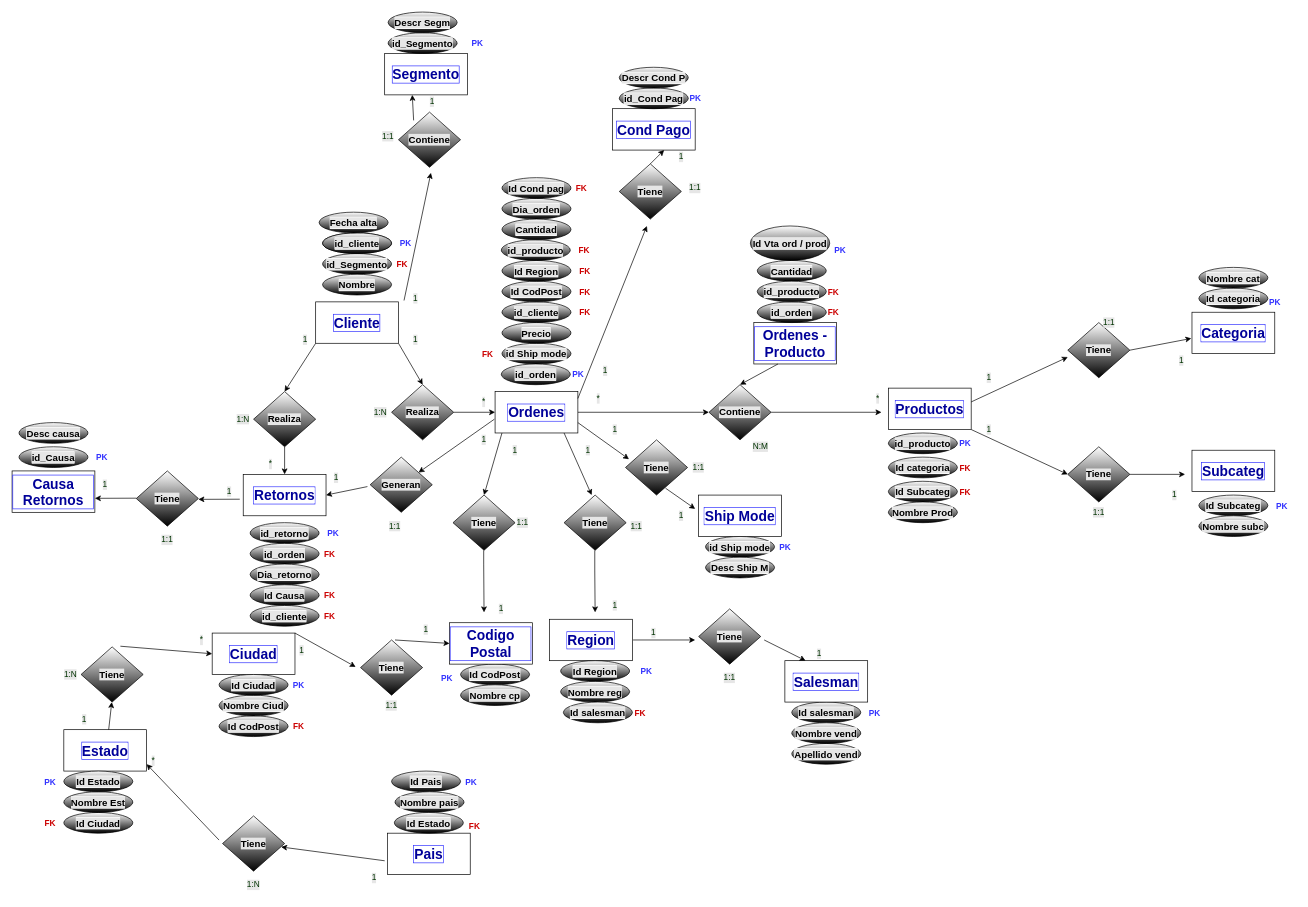
Before: DER + Diego Muro updated.drawio in DiegoGMuro/SQL-1er-Preentrega, a draw.io diagram. Source tidied: cells renumbered, new cells numbered last; positions are measured from the earlier drawing's top-left corner, leaving out a move shared by most shapes. Both pictures are drawn from the tidied source at 69%, with x=0, y=0 at pixel (12, 12).
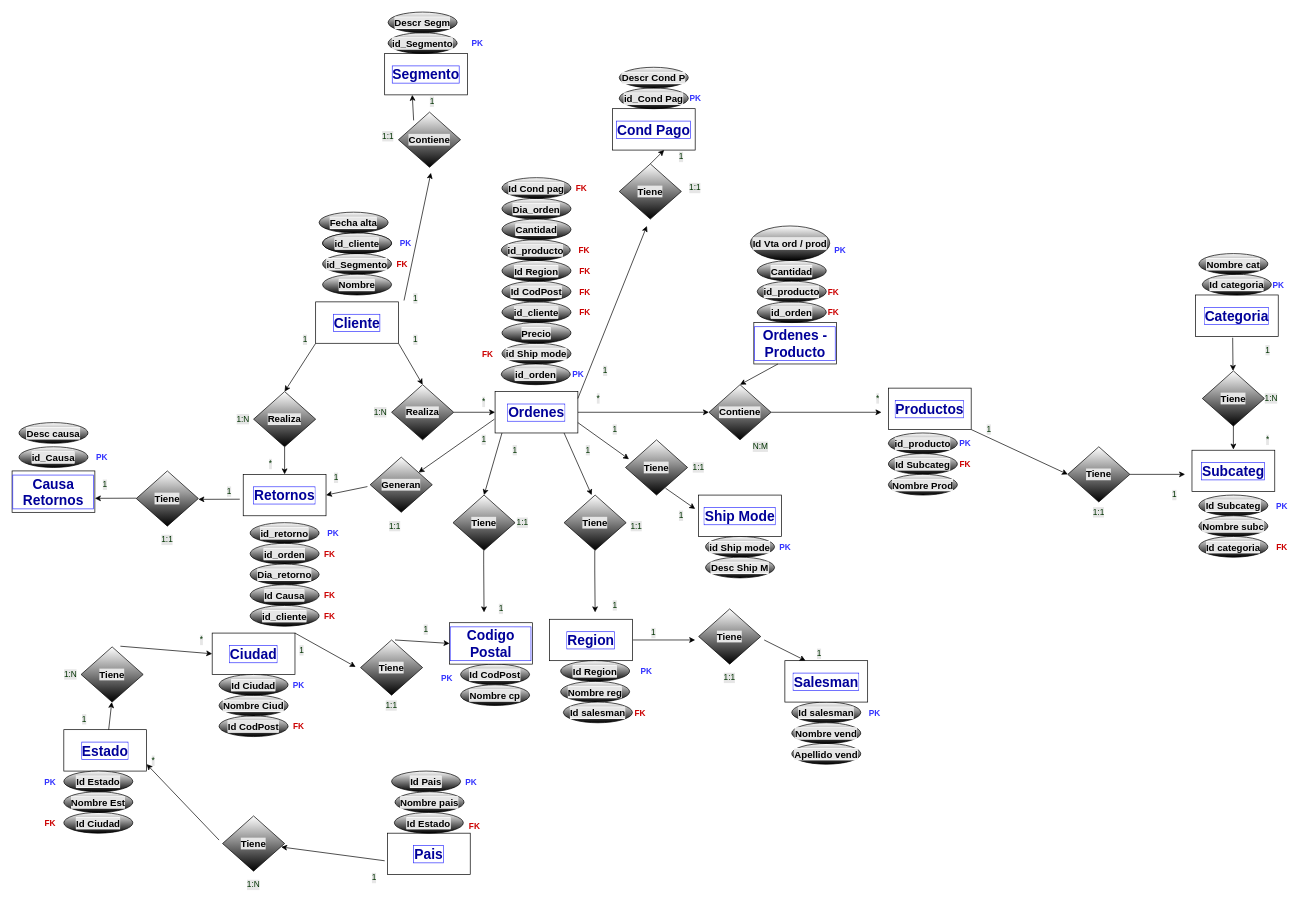
After the change.

The edit, as a diff of the source:
```diff
@@
-    <mxCell id="57" value="&lt;span style=&quot;font-size: 14px; background-color: rgb(230, 230, 230);&quot;&gt;&lt;span&gt;Id categoria&lt;/span&gt;&lt;/span&gt;" style="ellipse;whiteSpace=wrap;html=1;labelBackgroundColor=#FFFFFF;fontSize=15;fontColor=#000000;fillColor=#FFFFFF;gradientColor=default;fontStyle=1;" parent="1" vertex="1">
-      <mxGeometry x="1270" y="645" width="100" height="30" as="geometry" />
-    </mxCell>
     <mxCell id="58" value="&lt;span&gt;&lt;font style=&quot;font-size: 14px; background-color: rgb(230, 230, 230);&quot;&gt;Id Subcateg&lt;/font&gt;&lt;/span&gt;" style="ellipse;whiteSpace=wrap;html=1;labelBackgroundColor=#FFFFFF;fontSize=15;fontColor=#000000;fillColor=#FFFFFF;gradientColor=default;fontStyle=1;" parent="1" vertex="1">
-      <mxGeometry x="1270" y="680" width="100" height="30" as="geometry" />
+      <mxGeometry x="1270" y="640" width="100" height="30" as="geometry" />
     </mxCell>
     <mxCell id="59" value="&lt;b&gt;&lt;font style=&quot;font-size: 14px; background-color: rgb(230, 230, 230);&quot;&gt;Nombre Prod&lt;/font&gt;&lt;/b&gt;" style="ellipse;whiteSpace=wrap;html=1;labelBackgroundColor=#FFFFFF;fontSize=15;fontColor=#000000;fillColor=#FFFFFF;gradientColor=default;" parent="1" vertex="1">
-      <mxGeometry x="1270" y="710" width="100" height="30" as="geometry" />
+      <mxGeometry x="1270" y="670" width="100" height="30" as="geometry" />
     </mxCell>
@@
     <mxCell id="123" value="&lt;b&gt;&lt;font color=&quot;#cc0000&quot; style=&quot;font-size: 12px;&quot;&gt;FK&lt;/font&gt;&lt;/b&gt;" style="text;html=1;align=center;verticalAlign=middle;strokeColor=none;fillColor=none;fontSize=14;fontColor=#000000;" parent="1" vertex="1">
-      <mxGeometry x="1361" y="680" width="40" height="30" as="geometry" />
+      <mxGeometry x="1361" y="640" width="40" height="30" as="geometry" />
     </mxCell>
-    <mxCell id="124" value="&lt;b&gt;&lt;font color=&quot;#cc0000&quot; style=&quot;font-size: 12px;&quot;&gt;FK&lt;/font&gt;&lt;/b&gt;" style="text;html=1;align=center;verticalAlign=middle;strokeColor=none;fillColor=none;fontSize=14;fontColor=#000000;" parent="1" vertex="1">
-      <mxGeometry x="1361" y="645" width="40" height="30" as="geometry" />
-    </mxCell>
@@
     <mxCell id="137" value="&lt;font color=&quot;#000099&quot;&gt;&lt;span style=&quot;font-size: 20px; background-color: rgb(255, 255, 255);&quot;&gt;&lt;b&gt;Categoria&lt;/b&gt;&lt;/span&gt;&lt;/font&gt;" style="rounded=0;whiteSpace=wrap;html=1;labelBorderColor=#3333FF;" parent="1" vertex="1">
-      <mxGeometry x="1710" y="435" width="120" height="60" as="geometry" />
+      <mxGeometry x="1715" y="410" width="120" height="60" as="geometry" />
     </mxCell>
-    <mxCell id="138" value="&lt;b&gt;Tiene&lt;/b&gt;" style="rhombus;whiteSpace=wrap;html=1;labelBackgroundColor=#E6E6E6;fontSize=14;fontColor=#000000;fillColor=#FFFFFF;gradientColor=default;" parent="1" vertex="1">
-      <mxGeometry x="1530" y="450" width="90" height="80" as="geometry" />
-    </mxCell>
@@
-    <mxCell id="140" style="endArrow=classic;html=1;rounded=0;entryX=0;entryY=0.625;entryDx=0;entryDy=0;entryPerimeter=0;" parent="1" edge="1" target="138">
-      <mxGeometry relative="1" as="geometry">
-        <mxPoint x="1390" y="565" as="sourcePoint" />
-      </mxGeometry>
-    </mxCell>
@@
-    <mxCell id="142" style="endArrow=classic;html=1;rounded=0;entryX=-0.008;entryY=0.633;entryDx=0;entryDy=0;entryPerimeter=0;" parent="1" edge="1" target="137">
-      <mxGeometry relative="1" as="geometry">
-        <mxPoint x="1620" y="490" as="sourcePoint" />
-      </mxGeometry>
-    </mxCell>
@@
-    <mxCell id="145" value="&lt;font color=&quot;#003300&quot;&gt;1:1&lt;/font&gt;" style="text;html=1;strokeColor=none;fillColor=none;align=center;verticalAlign=middle;whiteSpace=wrap;rounded=0;labelBackgroundColor=#E6E6E6;fontSize=12;fontColor=#3333FF;" parent="1" vertex="1">
-      <mxGeometry x="1575" y="435" width="30" height="30" as="geometry" />
-    </mxCell>
@@
-    <mxCell id="147" value="&lt;font color=&quot;#003300&quot;&gt;1&lt;/font&gt;" style="text;html=1;strokeColor=none;fillColor=none;align=center;verticalAlign=middle;whiteSpace=wrap;rounded=0;labelBackgroundColor=#E6E6E6;fontSize=12;fontColor=#3333FF;" parent="1" vertex="1">
-      <mxGeometry x="1401" y="515" width="30" height="30" as="geometry" />
-    </mxCell>
@@
-    <mxCell id="149" value="&lt;font color=&quot;#003300&quot;&gt;1&lt;/font&gt;" style="text;html=1;strokeColor=none;fillColor=none;align=center;verticalAlign=middle;whiteSpace=wrap;rounded=0;labelBackgroundColor=#E6E6E6;fontSize=12;fontColor=#3333FF;" parent="1" vertex="1">
-      <mxGeometry x="1680" y="490" width="30" height="30" as="geometry" />
-    </mxCell>
     <mxCell id="150" value="&lt;span style=&quot;font-size: 14px; background-color: rgb(230, 230, 230);&quot;&gt;&lt;b&gt;Id categoria&lt;/b&gt;&lt;/span&gt;" style="ellipse;whiteSpace=wrap;html=1;labelBackgroundColor=#FFFFFF;fontSize=15;fontColor=#000000;fillColor=#FFFFFF;gradientColor=default;" parent="1" vertex="1">
-      <mxGeometry x="1720" y="400" width="100" height="30" as="geometry" />
+      <mxGeometry x="1725" y="380" width="100" height="30" as="geometry" />
     </mxCell>
@@
     <mxCell id="153" value="&lt;span style=&quot;font-size: 14px; background-color: rgb(230, 230, 230);&quot;&gt;&lt;b&gt;Nombre cat&lt;/b&gt;&lt;/span&gt;" style="ellipse;whiteSpace=wrap;html=1;labelBackgroundColor=#FFFFFF;fontSize=15;fontColor=#000000;fillColor=#FFFFFF;gradientColor=default;" parent="1" vertex="1">
-      <mxGeometry x="1720" y="370" width="100" height="30" as="geometry" />
+      <mxGeometry x="1720" y="350" width="100" height="30" as="geometry" />
     </mxCell>
     <mxCell id="154" value="&lt;b&gt;&lt;font color=&quot;#3333ff&quot; style=&quot;font-size: 12px;&quot;&gt;PK&lt;/font&gt;&lt;/b&gt;" style="text;html=1;align=center;verticalAlign=middle;strokeColor=none;fillColor=none;fontSize=14;fontColor=#000000;" parent="1" vertex="1">
-      <mxGeometry x="1810" y="405" width="40" height="30" as="geometry" />
+      <mxGeometry x="1815" y="380" width="40" height="30" as="geometry" />
     </mxCell>
@@
+    <mxCell id="138" value="&lt;b&gt;Tiene&lt;/b&gt;" style="rhombus;whiteSpace=wrap;html=1;labelBackgroundColor=#E6E6E6;fontSize=14;fontColor=#000000;fillColor=#FFFFFF;gradientColor=default;" parent="1" vertex="1">
+      <mxGeometry x="1725" y="520" width="90" height="80" as="geometry" />
+    </mxCell>
+    <mxCell id="57" value="&lt;span style=&quot;font-size: 14px; background-color: rgb(230, 230, 230);&quot;&gt;&lt;b&gt;Id categoria&lt;/b&gt;&lt;/span&gt;" style="ellipse;whiteSpace=wrap;html=1;labelBackgroundColor=#FFFFFF;fontSize=15;fontColor=#000000;fillColor=#FFFFFF;gradientColor=default;" parent="1" vertex="1">
+      <mxGeometry x="1720" y="760" width="100" height="30" as="geometry" />
+    </mxCell>
+    <mxCell id="124" value="&lt;b&gt;&lt;font color=&quot;#cc0000&quot; style=&quot;font-size: 12px;&quot;&gt;FK&lt;/font&gt;&lt;/b&gt;" style="text;html=1;align=center;verticalAlign=middle;strokeColor=none;fillColor=none;fontSize=14;fontColor=#000000;" parent="1" vertex="1">
+      <mxGeometry x="1820" y="760" width="40" height="30" as="geometry" />
+    </mxCell>
+    <mxCell id="210" value="&lt;font color=&quot;#003300&quot;&gt;1:N&lt;/font&gt;" style="text;html=1;strokeColor=none;fillColor=none;align=center;verticalAlign=middle;whiteSpace=wrap;rounded=0;labelBackgroundColor=#E6E6E6;fontSize=12;fontColor=#3333FF;" parent="1" vertex="1">
+      <mxGeometry x="1810" y="545" width="30" height="30" as="geometry" />
+    </mxCell>
+    <mxCell id="211" style="endArrow=classic;html=1;rounded=0;exitX=0.45;exitY=1.033;exitDx=0;exitDy=0;exitPerimeter=0;" parent="1" edge="1" source="137">
+      <mxGeometry relative="1" as="geometry">
+        <mxPoint x="1769.5" y="520" as="targetPoint" />
+      </mxGeometry>
+    </mxCell>
+    <mxCell id="212" style="endArrow=classic;html=1;rounded=0;" parent="1" edge="1">
+      <mxGeometry relative="1" as="geometry">
+        <mxPoint x="1770" y="594" as="sourcePoint" />
+        <mxPoint x="1770" y="634" as="targetPoint" />
+      </mxGeometry>
+    </mxCell>
+    <mxCell id="213" value="&lt;font color=&quot;#003300&quot;&gt;1&lt;/font&gt;" style="text;html=1;strokeColor=none;fillColor=none;align=center;verticalAlign=middle;whiteSpace=wrap;rounded=0;labelBackgroundColor=#E6E6E6;fontSize=12;fontColor=#3333FF;" parent="1" vertex="1">
+      <mxGeometry x="1805" y="475" width="30" height="30" as="geometry" />
+    </mxCell>
+    <mxCell id="214" value="&lt;font color=&quot;#003300&quot;&gt;*&lt;/font&gt;" style="text;html=1;strokeColor=none;fillColor=none;align=center;verticalAlign=middle;whiteSpace=wrap;rounded=0;labelBackgroundColor=#E6E6E6;fontSize=12;fontColor=#3333FF;" parent="1" vertex="1">
+      <mxGeometry x="1805" y="605" width="30" height="30" as="geometry" />
+    </mxCell>
```
